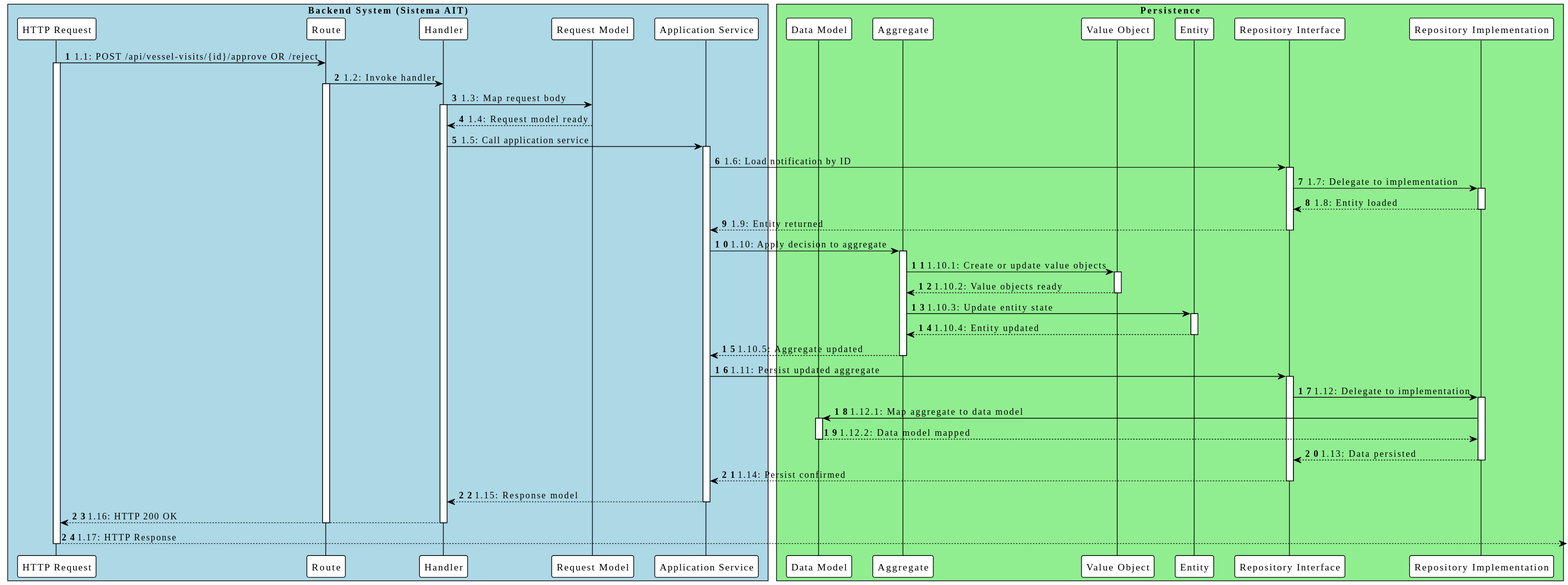
AmirMasnavi/Port-Logistics-Management-System keeps this PlantUML diagram as documentation/SprintA/Views/ProcessViewDiagrams/US2.2.7/svg/diagrama-nivel4.svg. Above is the earlier version. Its diagram source:
```plantuml
@startuml
!theme plain
autonumber

box "Backend System (Sistema AIT)" #LightBlue
    participant "HTTP Request" as HttpRequest
    participant "Route" as Route
    participant "Handler" as Handler
    participant "Request Model" as RequestModel
    participant "Application Service" as AppService
    box "Persistence" #LightGreen
        participant "Data Model" as DataModel
        participant "Aggregate" as Aggregate
        participant "Value Object" as ValueObject
        participant "Entity" as Entity
        participant "Repository Interface" as RepositoryInterface
        participant "Repository Implementation" as RepositoryImpl
    end box
end box

HttpRequest -> Route : 1.1: POST /api/vessel-visits/{id}/approve OR /reject
activate HttpRequest
Route -> Handler : 1.2: Invoke handler
activate Route
Handler -> RequestModel : 1.3: Map request body
activate Handler
RequestModel --> Handler : 1.4: Request model ready
deactivate RequestModel
Handler -> AppService : 1.5: Call application service
activate AppService
AppService -> RepositoryInterface : 1.6: Load notification by ID
activate RepositoryInterface
RepositoryInterface -> RepositoryImpl : 1.7: Delegate to implementation
activate RepositoryImpl
RepositoryImpl --> RepositoryInterface : 1.8: Entity loaded
deactivate RepositoryImpl
RepositoryInterface --> AppService : 1.9: Entity returned
deactivate RepositoryInterface
AppService -> Aggregate : 1.10: Apply decision to aggregate
activate Aggregate
Aggregate -> ValueObject : 1.10.1: Create or update value objects
activate ValueObject
ValueObject --> Aggregate : 1.10.2: Value objects ready
deactivate ValueObject
Aggregate -> Entity : 1.10.3: Update entity state
activate Entity
Entity --> Aggregate : 1.10.4: Entity updated
deactivate Entity
Aggregate --> AppService : 1.10.5: Aggregate updated
deactivate Aggregate
AppService -> RepositoryInterface : 1.11: Persist updated aggregate
activate RepositoryInterface
RepositoryInterface -> RepositoryImpl : 1.12: Delegate to implementation
activate RepositoryImpl
RepositoryImpl -> DataModel : 1.12.1: Map aggregate to data model
activate DataModel
DataModel --> RepositoryImpl : 1.12.2: Data model mapped
deactivate DataModel
RepositoryImpl --> RepositoryInterface : 1.13: Data persisted
deactivate RepositoryImpl
RepositoryInterface --> AppService : 1.14: Persist confirmed
deactivate RepositoryInterface
AppService --> Handler : 1.15: Response model
deactivate AppService
Handler --> HttpRequest : 1.16: HTTP 200 OK
deactivate Handler
deactivate Route
HttpRequest --> : 1.17: HTTP Response
deactivate HttpRequest
@enduml
```
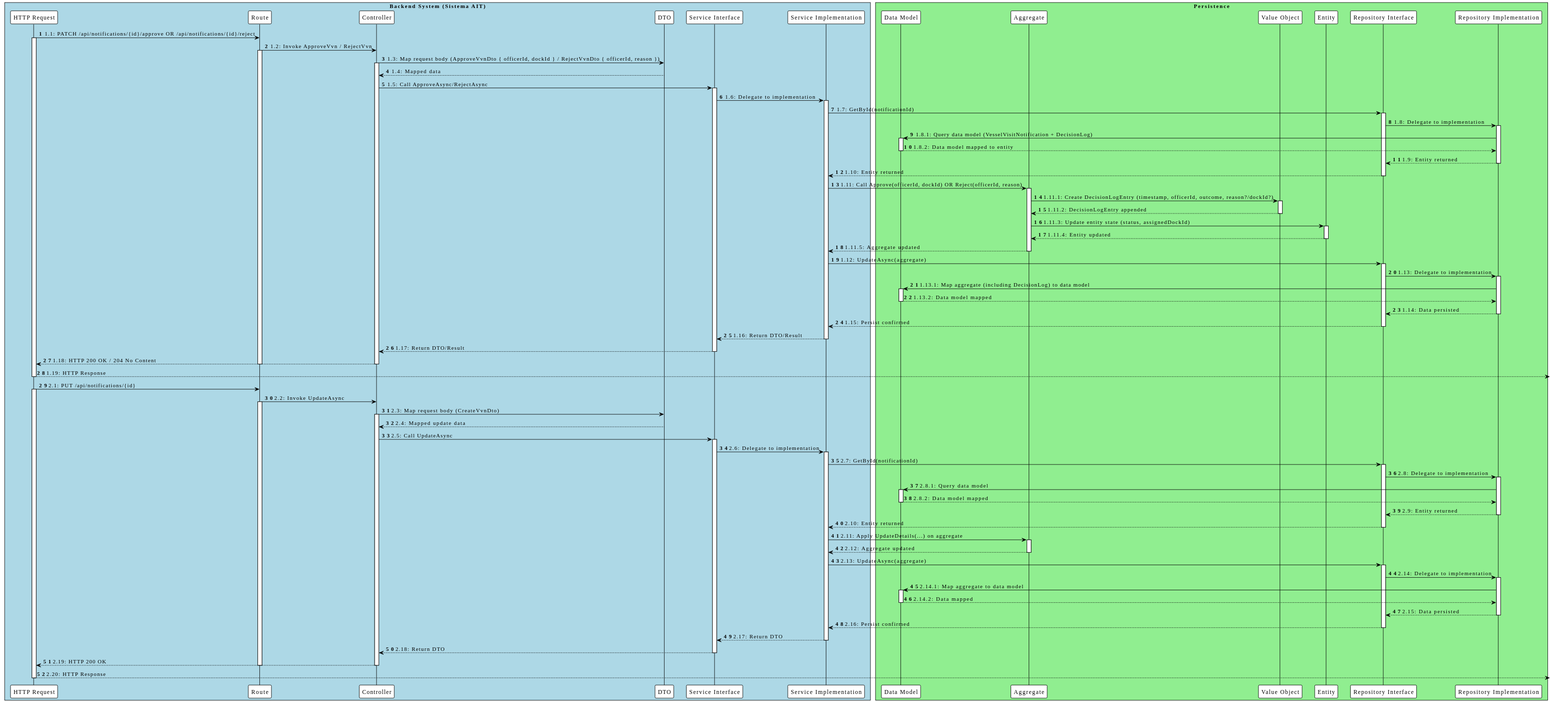
Above is the later version.

The edit, as a diff of the source:
```diff
@@ -5,66 +5,129 @@
 box "Backend System (Sistema AIT)" #LightBlue
     participant "HTTP Request" as HttpRequest
     participant "Route" as Route
-    participant "Handler" as Handler
-    participant "Request Model" as RequestModel
-    participant "Application Service" as AppService
+    participant "Controller" as Controller
+    participant "DTO" as Dto
+    participant "Service Interface" as ServiceInterface
+    participant "Service Implementation" as ServiceImpl
     box "Persistence" #LightGreen
         participant "Data Model" as DataModel
         participant "Aggregate" as Aggregate
         participant "Value Object" as ValueObject
         participant "Entity" as Entity
-        participant "Repository Interface" as RepositoryInterface
-        participant "Repository Implementation" as RepositoryImpl
+        participant "Repository Interface" as RepoInterface
+        participant "Repository Implementation" as RepoImpl
     end box
 end box
 
-HttpRequest -> Route : 1.1: POST /api/vessel-visits/{id}/approve OR /reject
+HttpRequest -> Route : 1.1: PATCH /api/notifications/{id}/approve OR /api/notifications/{id}/reject
 activate HttpRequest
-Route -> Handler : 1.2: Invoke handler
+Route -> Controller : 1.2: Invoke ApproveVvn / RejectVvn
 activate Route
-Handler -> RequestModel : 1.3: Map request body
-activate Handler
-RequestModel --> Handler : 1.4: Request model ready
-deactivate RequestModel
-Handler -> AppService : 1.5: Call application service
-activate AppService
-AppService -> RepositoryInterface : 1.6: Load notification by ID
-activate RepositoryInterface
-RepositoryInterface -> RepositoryImpl : 1.7: Delegate to implementation
-activate RepositoryImpl
-RepositoryImpl --> RepositoryInterface : 1.8: Entity loaded
-deactivate RepositoryImpl
-RepositoryInterface --> AppService : 1.9: Entity returned
-deactivate RepositoryInterface
-AppService -> Aggregate : 1.10: Apply decision to aggregate
+Controller -> Dto : 1.3: Map request body (ApproveVvnDto { officerId, dockId } / RejectVvnDto { officerId, reason })
+activate Controller
+Dto --> Controller : 1.4: Mapped data
+deactivate Dto
+Controller -> ServiceInterface : 1.5: Call ApproveAsync/RejectAsync
+activate ServiceInterface
+ServiceInterface -> ServiceImpl : 1.6: Delegate to implementation
+activate ServiceImpl
+
+ServiceImpl -> RepoInterface : 1.7: GetById(notificationId)
+activate RepoInterface
+RepoInterface -> RepoImpl : 1.8: Delegate to implementation
+activate RepoImpl
+RepoImpl -> DataModel : 1.8.1: Query data model (VesselVisitNotification + DecisionLog)
+activate DataModel
+DataModel --> RepoImpl : 1.8.2: Data model mapped to entity
+deactivate DataModel
+RepoImpl --> RepoInterface : 1.9: Entity returned
+deactivate RepoImpl
+RepoInterface --> ServiceImpl : 1.10: Entity returned
+deactivate RepoInterface
+
+ServiceImpl -> Aggregate : 1.11: Call Approve(officerId, dockId) OR Reject(officerId, reason)
 activate Aggregate
-Aggregate -> ValueObject : 1.10.1: Create or update value objects
+Aggregate -> ValueObject : 1.11.1: Create DecisionLogEntry (timestamp, officerId, outcome, reason?/dockId?)
 activate ValueObject
-ValueObject --> Aggregate : 1.10.2: Value objects ready
+ValueObject --> Aggregate : 1.11.2: DecisionLogEntry appended
 deactivate ValueObject
-Aggregate -> Entity : 1.10.3: Update entity state
+Aggregate -> Entity : 1.11.3: Update entity state (status, assignedDockId)
 activate Entity
-Entity --> Aggregate : 1.10.4: Entity updated
+Entity --> Aggregate : 1.11.4: Entity updated
 deactivate Entity
-Aggregate --> AppService : 1.10.5: Aggregate updated
+Aggregate --> ServiceImpl : 1.11.5: Aggregate updated
 deactivate Aggregate
-AppService -> RepositoryInterface : 1.11: Persist updated aggregate
-activate RepositoryInterface
-RepositoryInterface -> RepositoryImpl : 1.12: Delegate to implementation
-activate RepositoryImpl
-RepositoryImpl -> DataModel : 1.12.1: Map aggregate to data model
+
+ServiceImpl -> RepoInterface : 1.12: UpdateAsync(aggregate)
+activate RepoInterface
+RepoInterface -> RepoImpl : 1.13: Delegate to implementation
+activate RepoImpl
+RepoImpl -> DataModel : 1.13.1: Map aggregate (including DecisionLog) to data model
 activate DataModel
-DataModel --> RepositoryImpl : 1.12.2: Data model mapped
+DataModel --> RepoImpl : 1.13.2: Data model mapped
 deactivate DataModel
-RepositoryImpl --> RepositoryInterface : 1.13: Data persisted
-deactivate RepositoryImpl
-RepositoryInterface --> AppService : 1.14: Persist confirmed
-deactivate RepositoryInterface
-AppService --> Handler : 1.15: Response model
-deactivate AppService
-Handler --> HttpRequest : 1.16: HTTP 200 OK
-deactivate Handler
+RepoImpl --> RepoInterface : 1.14: Data persisted
+deactivate RepoImpl
+RepoInterface --> ServiceImpl : 1.15: Persist confirmed
+deactivate RepoInterface
+
+ServiceImpl --> ServiceInterface : 1.16: Return DTO/Result
+deactivate ServiceImpl
+ServiceInterface --> Controller : 1.17: Return DTO/Result
+deactivate ServiceInterface
+Controller --> HttpRequest : 1.18: HTTP 200 OK / 204 No Content
+deactivate Controller
 deactivate Route
-HttpRequest --> : 1.17: HTTP Response
+HttpRequest --> : 1.19: HTTP Response
+deactivate HttpRequest
+
+HttpRequest -> Route : 2.1: PUT /api/notifications/{id}
+activate HttpRequest
+Route -> Controller : 2.2: Invoke UpdateAsync
+activate Route
+Controller -> Dto : 2.3: Map request body (CreateVvnDto)
+activate Controller
+Dto --> Controller : 2.4: Mapped update data
+deactivate Dto
+Controller -> ServiceInterface : 2.5: Call UpdateAsync
+activate ServiceInterface
+ServiceInterface -> ServiceImpl : 2.6: Delegate to implementation
+activate ServiceImpl
+ServiceImpl -> RepoInterface : 2.7: GetById(notificationId)
+activate RepoInterface
+RepoInterface -> RepoImpl : 2.8: Delegate to implementation
+activate RepoImpl
+RepoImpl -> DataModel : 2.8.1: Query data model
+activate DataModel
+DataModel --> RepoImpl : 2.8.2: Data model mapped
+deactivate DataModel
+RepoImpl --> RepoInterface : 2.9: Entity returned
+deactivate RepoImpl
+RepoInterface --> ServiceImpl : 2.10: Entity returned
+deactivate RepoInterface
+ServiceImpl -> Aggregate : 2.11: Apply UpdateDetails(...) on aggregate
+activate Aggregate
+Aggregate --> ServiceImpl : 2.12: Aggregate updated
+deactivate Aggregate
+ServiceImpl -> RepoInterface : 2.13: UpdateAsync(aggregate)
+activate RepoInterface
+RepoInterface -> RepoImpl : 2.14: Delegate to implementation
+activate RepoImpl
+RepoImpl -> DataModel : 2.14.1: Map aggregate to data model
+activate DataModel
+DataModel --> RepoImpl : 2.14.2: Data mapped
+deactivate DataModel
+RepoImpl --> RepoInterface : 2.15: Data persisted
+deactivate RepoImpl
+RepoInterface --> ServiceImpl : 2.16: Persist confirmed
+deactivate RepoInterface
+ServiceImpl --> ServiceInterface : 2.17: Return DTO
+deactivate ServiceImpl
+ServiceInterface --> Controller : 2.18: Return DTO
+deactivate ServiceInterface
+Controller --> HttpRequest : 2.19: HTTP 200 OK
+deactivate Controller
+deactivate Route
+HttpRequest --> : 2.20: HTTP Response
 deactivate HttpRequest
 @enduml
```
